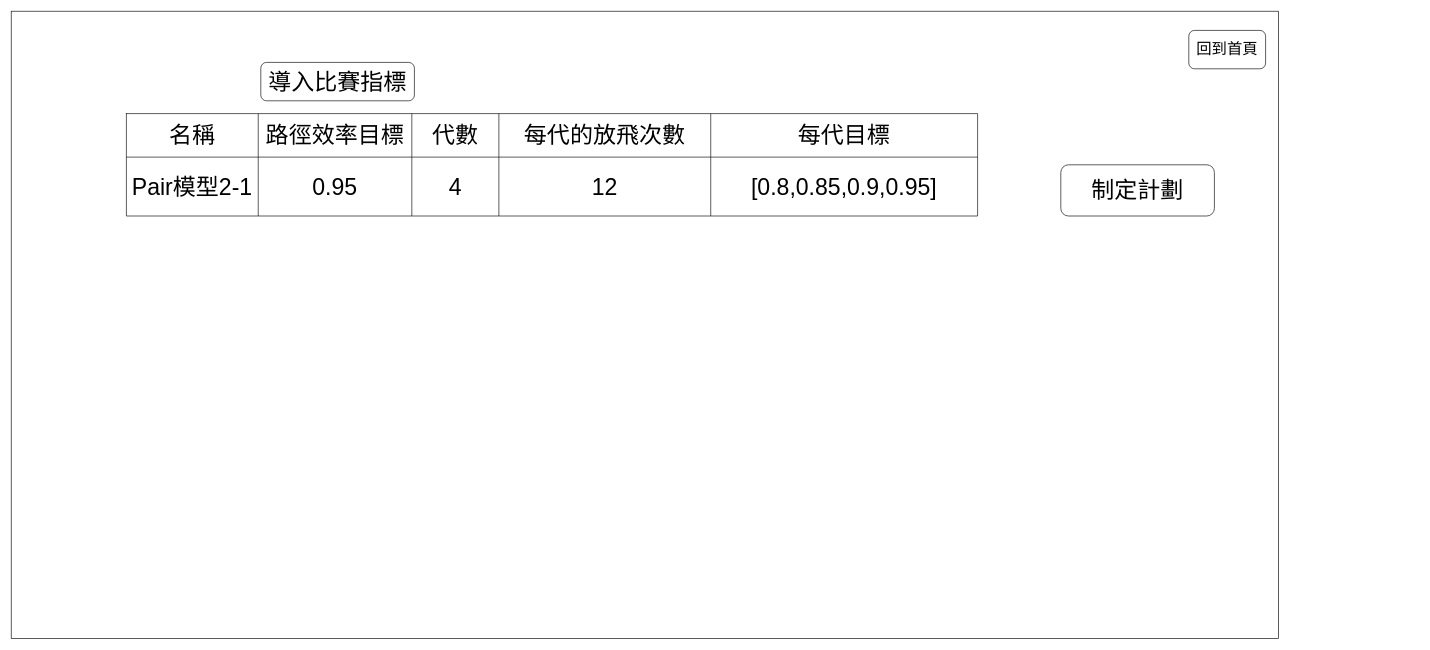
pengzhen80/PigeonRace keeps this draw.io diagram as page "Pair模型2-1" (5 of 13) of 訓練系統UI設計.drawio. Above is the earlier version. Source tidied: cells renumbered, new cells numbered last; positions are measured from the earlier drawing's top-left corner, leaving out a move shared by most shapes. Both pictures are drawn from the tidied source at 64%, with x=0, y=0 at pixel (11, 11).
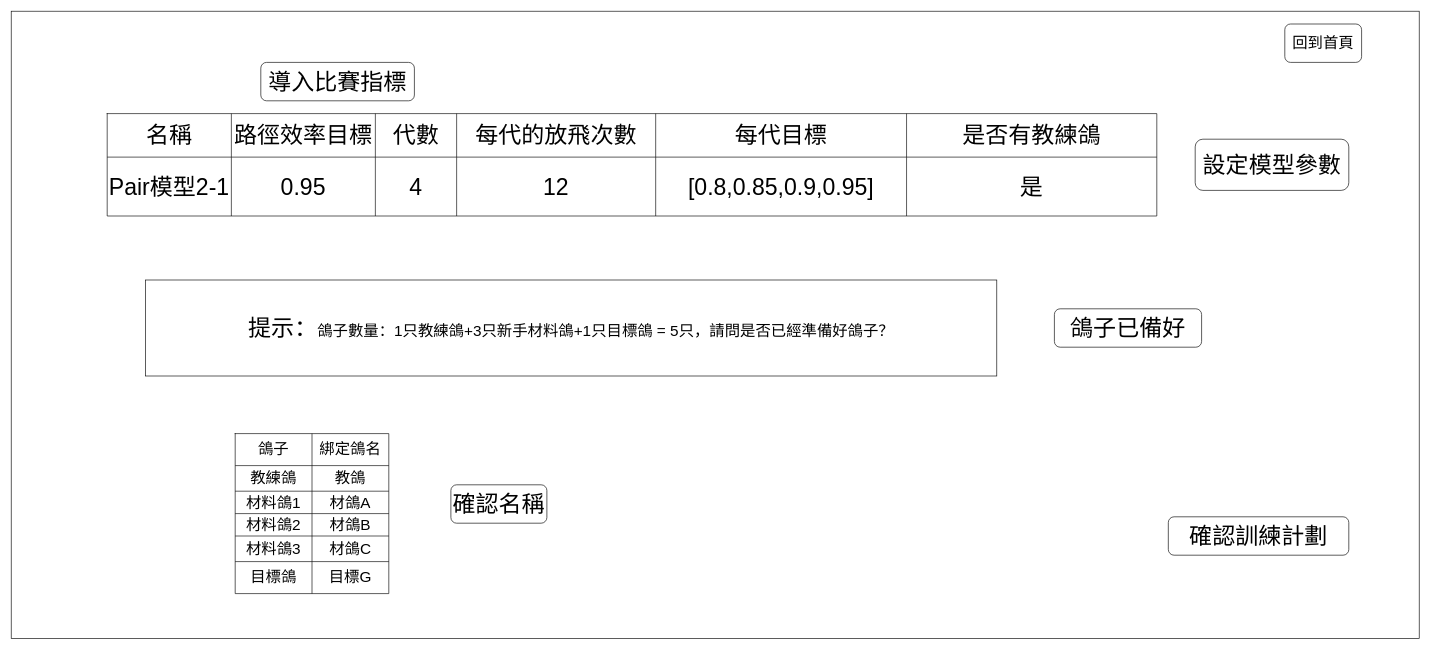
The same page after the edit.

The edit, as a diff of the source:
```diff
@@
     <mxCell id="2" style="rounded=0;whiteSpace=wrap;html=1;fontSize=36;" parent="1" vertex="1">
-      <mxGeometry width="1980" height="980" as="geometry" />
+      <mxGeometry width="2200" height="980" as="geometry" />
     </mxCell>
     <mxCell id="3" style="shape=table;startSize=0;childLayout=tableLayout;fontSize=36;" parent="1" vertex="1">
-      <mxGeometry x="180" y="160" width="1330" height="160" as="geometry" />
+      <mxGeometry x="150" y="160" width="1640" height="160" as="geometry" />
     </mxCell>
     <mxCell id="4" style="shape=tableRow;horizontal=0;startSize=0;swimlaneHead=0;swimlaneBody=0;top=0;left=0;bottom=0;right=0;fillColor=none;fontSize=36;" parent="3" vertex="1">
-      <mxGeometry width="1330" height="68" as="geometry" />
+      <mxGeometry width="1640" height="68" as="geometry" />
     </mxCell>
     <mxCell id="5" value="名稱" style="shape=partialRectangle;html=1;whiteSpace=wrap;overflow=hidden;fillColor=none;top=0;left=0;bottom=0;right=0;fontSize=36;" parent="4" vertex="1">
-      <mxGeometry width="206" height="68" as="geometry" />
+      <mxGeometry width="194" height="68" as="geometry" />
     </mxCell>
     <mxCell id="6" value="路徑效率目標" style="shape=partialRectangle;html=1;whiteSpace=wrap;overflow=hidden;fillColor=none;top=0;left=0;bottom=0;right=0;fontSize=36;" parent="4" vertex="1">
-      <mxGeometry x="206" width="240" height="68" as="geometry" />
+      <mxGeometry x="194" width="225" height="68" as="geometry" />
     </mxCell>
     <mxCell id="7" value="代數" style="shape=partialRectangle;html=1;whiteSpace=wrap;overflow=hidden;fillColor=none;top=0;left=0;bottom=0;right=0;fontSize=36;" parent="4" vertex="1">
-      <mxGeometry x="446" width="136" height="68" as="geometry" />
+      <mxGeometry x="419" width="127" height="68" as="geometry" />
     </mxCell>
     <mxCell id="8" value="每代的放飛次數" style="shape=partialRectangle;html=1;whiteSpace=wrap;overflow=hidden;fillColor=none;top=0;left=0;bottom=0;right=0;fontSize=36;" parent="4" vertex="1">
-      <mxGeometry x="582" width="331" height="68" as="geometry" />
+      <mxGeometry x="546" width="311" height="68" as="geometry" />
     </mxCell>
     <mxCell id="9" value="每代目標" style="shape=partialRectangle;html=1;whiteSpace=wrap;overflow=hidden;fillColor=none;top=0;left=0;bottom=0;right=0;fontSize=36;" parent="4" vertex="1">
-      <mxGeometry x="913" width="417" height="68" as="geometry" />
+      <mxGeometry x="857" width="392" height="68" as="geometry" />
     </mxCell>
+    <mxCell id="19" value="是否有教練鴿" style="shape=partialRectangle;html=1;whiteSpace=wrap;overflow=hidden;fillColor=none;top=0;left=0;bottom=0;right=0;fontSize=36;" parent="4" vertex="1">
+      <mxGeometry x="1249" width="391" height="68" as="geometry" />
+    </mxCell>
     <mxCell id="10" style="shape=tableRow;horizontal=0;startSize=0;swimlaneHead=0;swimlaneBody=0;top=0;left=0;bottom=0;right=0;fillColor=none;fontSize=36;" parent="3" vertex="1">
-      <mxGeometry y="68" width="1330" height="92" as="geometry" />
+      <mxGeometry y="68" width="1640" height="92" as="geometry" />
     </mxCell>
     <mxCell id="11" value="Pair模型2-1" style="shape=partialRectangle;html=1;whiteSpace=wrap;overflow=hidden;fillColor=none;top=0;left=0;bottom=0;right=0;fontSize=36;" parent="10" vertex="1">
-      <mxGeometry width="206" height="92" as="geometry" />
+      <mxGeometry width="194" height="92" as="geometry" />
     </mxCell>
     <mxCell id="12" value="0.95" style="shape=partialRectangle;html=1;whiteSpace=wrap;overflow=hidden;fillColor=none;top=0;left=0;bottom=0;right=0;fontSize=36;" parent="10" vertex="1">
-      <mxGeometry x="206" width="240" height="92" as="geometry" />
+      <mxGeometry x="194" width="225" height="92" as="geometry" />
     </mxCell>
     <mxCell id="13" value="4" style="shape=partialRectangle;html=1;whiteSpace=wrap;overflow=hidden;fillColor=none;top=0;left=0;bottom=0;right=0;fontSize=36;" parent="10" vertex="1">
-      <mxGeometry x="446" width="136" height="92" as="geometry" />
+      <mxGeometry x="419" width="127" height="92" as="geometry" />
     </mxCell>
     <mxCell id="14" value="12" style="shape=partialRectangle;html=1;whiteSpace=wrap;overflow=hidden;fillColor=none;top=0;left=0;bottom=0;right=0;fontSize=36;" parent="10" vertex="1">
-      <mxGeometry x="582" width="331" height="92" as="geometry" />
+      <mxGeometry x="546" width="311" height="92" as="geometry" />
     </mxCell>
     <mxCell id="15" value="[0.8,0.85,0.9,0.95]" style="shape=partialRectangle;html=1;whiteSpace=wrap;overflow=hidden;fillColor=none;top=0;left=0;bottom=0;right=0;fontSize=36;" parent="10" vertex="1">
-      <mxGeometry x="913" width="417" height="92" as="geometry" />
+      <mxGeometry x="857" width="392" height="92" as="geometry" />
     </mxCell>
+    <mxCell id="20" value="是" style="shape=partialRectangle;html=1;whiteSpace=wrap;overflow=hidden;fillColor=none;top=0;left=0;bottom=0;right=0;fontSize=36;" parent="10" vertex="1">
+      <mxGeometry x="1249" width="391" height="92" as="geometry" />
+    </mxCell>
@@
-    <mxCell id="17" value="制定計劃" style="rounded=1;whiteSpace=wrap;html=1;fontSize=36;" parent="1" vertex="1">
-      <mxGeometry x="1640" y="240" width="240" height="80" as="geometry" />
+    <mxCell id="17" value="設定模型參數" style="rounded=1;whiteSpace=wrap;html=1;fontSize=36;" parent="1" vertex="1">
+      <mxGeometry x="1850" y="200" width="240" height="80" as="geometry" />
     </mxCell>
     <mxCell id="18" value="回到首頁" style="rounded=1;whiteSpace=wrap;html=1;fontSize=24;" parent="1" vertex="1">
-      <mxGeometry x="1840" y="30" width="120" height="60" as="geometry" />
+      <mxGeometry x="1990" y="20" width="120" height="60" as="geometry" />
     </mxCell>
+    <mxCell id="21" value="提示：&lt;span style=&quot;font-size: 24px;&quot;&gt;鴿子數量：1只教練鴿+3只新手材料鴿+1只目標鴿 = 5只，請問是否已經準備好鴿子？&lt;/span&gt;" style="rounded=0;whiteSpace=wrap;html=1;fontSize=36;fontColor=#000000;" parent="1" vertex="1">
+      <mxGeometry x="210" y="420" width="1330" height="150" as="geometry" />
+    </mxCell>
+    <mxCell id="22" value="鴿子已備好" style="rounded=1;whiteSpace=wrap;html=1;fontSize=36;fontColor=#000000;" parent="1" vertex="1">
+      <mxGeometry x="1630" y="465" width="230" height="60" as="geometry" />
+    </mxCell>
+    <mxCell id="23" style="shape=table;startSize=0;childLayout=tableLayout;fontSize=24;" parent="1" vertex="1">
+      <mxGeometry x="350" y="660" width="240" height="250" as="geometry" />
+    </mxCell>
+    <mxCell id="24" style="shape=tableRow;horizontal=0;startSize=0;swimlaneHead=0;swimlaneBody=0;top=0;left=0;bottom=0;right=0;fillColor=none;fontSize=24;" parent="23" vertex="1">
+      <mxGeometry width="240" height="50" as="geometry" />
+    </mxCell>
+    <mxCell id="25" value="鴿子" style="shape=partialRectangle;html=1;whiteSpace=wrap;overflow=hidden;fillColor=none;top=0;left=0;bottom=0;right=0;fontSize=24;" parent="24" vertex="1">
+      <mxGeometry width="120" height="50" as="geometry" />
+    </mxCell>
+    <mxCell id="26" value="綁定鴿名" style="shape=partialRectangle;html=1;whiteSpace=wrap;overflow=hidden;fillColor=none;top=0;left=0;bottom=0;right=0;fontSize=24;" parent="24" vertex="1">
+      <mxGeometry x="120" width="120" height="50" as="geometry" />
+    </mxCell>
+    <mxCell id="27" style="shape=tableRow;horizontal=0;startSize=0;swimlaneHead=0;swimlaneBody=0;top=0;left=0;bottom=0;right=0;fillColor=none;fontSize=24;" parent="23" vertex="1">
+      <mxGeometry y="50" width="240" height="40" as="geometry" />
+    </mxCell>
+    <mxCell id="28" value="教練鴿" style="shape=partialRectangle;html=1;whiteSpace=wrap;overflow=hidden;fillColor=none;top=0;left=0;bottom=0;right=0;fontSize=24;" parent="27" vertex="1">
+      <mxGeometry width="120" height="40" as="geometry" />
+    </mxCell>
+    <mxCell id="29" value="教鴿" style="shape=partialRectangle;html=1;whiteSpace=wrap;overflow=hidden;fillColor=none;top=0;left=0;bottom=0;right=0;fontSize=24;" parent="27" vertex="1">
+      <mxGeometry x="120" width="120" height="40" as="geometry" />
+    </mxCell>
+    <mxCell id="30" style="shape=tableRow;horizontal=0;startSize=0;swimlaneHead=0;swimlaneBody=0;top=0;left=0;bottom=0;right=0;fillColor=none;fontSize=24;" parent="23" vertex="1">
+      <mxGeometry y="90" width="240" height="35" as="geometry" />
+    </mxCell>
+    <mxCell id="31" value="材料鴿1" style="shape=partialRectangle;html=1;whiteSpace=wrap;overflow=hidden;fillColor=none;top=0;left=0;bottom=0;right=0;fontSize=24;" parent="30" vertex="1">
+      <mxGeometry width="120" height="35" as="geometry" />
+    </mxCell>
+    <mxCell id="32" value="材鴿A" style="shape=partialRectangle;html=1;whiteSpace=wrap;overflow=hidden;fillColor=none;top=0;left=0;bottom=0;right=0;fontSize=24;" parent="30" vertex="1">
+      <mxGeometry x="120" width="120" height="35" as="geometry" />
+    </mxCell>
+    <mxCell id="33" style="shape=tableRow;horizontal=0;startSize=0;swimlaneHead=0;swimlaneBody=0;top=0;left=0;bottom=0;right=0;fillColor=none;fontSize=24;" parent="23" vertex="1">
+      <mxGeometry y="125" width="240" height="35" as="geometry" />
+    </mxCell>
+    <mxCell id="34" value="材料鴿2" style="shape=partialRectangle;html=1;whiteSpace=wrap;overflow=hidden;fillColor=none;top=0;left=0;bottom=0;right=0;fontSize=24;" parent="33" vertex="1">
+      <mxGeometry width="120" height="35" as="geometry" />
+    </mxCell>
+    <mxCell id="35" value="材鴿B" style="shape=partialRectangle;html=1;whiteSpace=wrap;overflow=hidden;fillColor=none;top=0;left=0;bottom=0;right=0;fontSize=24;" parent="33" vertex="1">
+      <mxGeometry x="120" width="120" height="35" as="geometry" />
+    </mxCell>
+    <mxCell id="36" style="shape=tableRow;horizontal=0;startSize=0;swimlaneHead=0;swimlaneBody=0;top=0;left=0;bottom=0;right=0;fillColor=none;fontSize=24;" parent="23" vertex="1">
+      <mxGeometry y="160" width="240" height="40" as="geometry" />
+    </mxCell>
+    <mxCell id="37" value="材料鴿3" style="shape=partialRectangle;html=1;whiteSpace=wrap;overflow=hidden;fillColor=none;top=0;left=0;bottom=0;right=0;fontSize=24;" parent="36" vertex="1">
+      <mxGeometry width="120" height="40" as="geometry" />
+    </mxCell>
+    <mxCell id="38" value="材鴿C" style="shape=partialRectangle;html=1;whiteSpace=wrap;overflow=hidden;fillColor=none;top=0;left=0;bottom=0;right=0;fontSize=24;" parent="36" vertex="1">
+      <mxGeometry x="120" width="120" height="40" as="geometry" />
+    </mxCell>
+    <mxCell id="39" style="shape=tableRow;horizontal=0;startSize=0;swimlaneHead=0;swimlaneBody=0;top=0;left=0;bottom=0;right=0;fillColor=none;fontSize=24;" parent="23" vertex="1">
+      <mxGeometry y="200" width="240" height="50" as="geometry" />
+    </mxCell>
+    <mxCell id="40" value="目標鴿" style="shape=partialRectangle;html=1;whiteSpace=wrap;overflow=hidden;fillColor=none;top=0;left=0;bottom=0;right=0;fontSize=24;" parent="39" vertex="1">
+      <mxGeometry width="120" height="50" as="geometry" />
+    </mxCell>
+    <mxCell id="41" value="目標G" style="shape=partialRectangle;html=1;whiteSpace=wrap;overflow=hidden;fillColor=none;top=0;left=0;bottom=0;right=0;fontSize=24;" parent="39" vertex="1">
+      <mxGeometry x="120" width="120" height="50" as="geometry" />
+    </mxCell>
+    <mxCell id="42" value="確認名稱" style="rounded=1;whiteSpace=wrap;html=1;fontSize=36;fontColor=#000000;" parent="1" vertex="1">
+      <mxGeometry x="687" y="740" width="150" height="60" as="geometry" />
+    </mxCell>
+    <mxCell id="43" value="確認訓練計劃" style="rounded=1;whiteSpace=wrap;html=1;fontSize=36;fontColor=#000000;" parent="1" vertex="1">
+      <mxGeometry x="1808" y="790" width="282" height="60" as="geometry" />
+    </mxCell>
```
